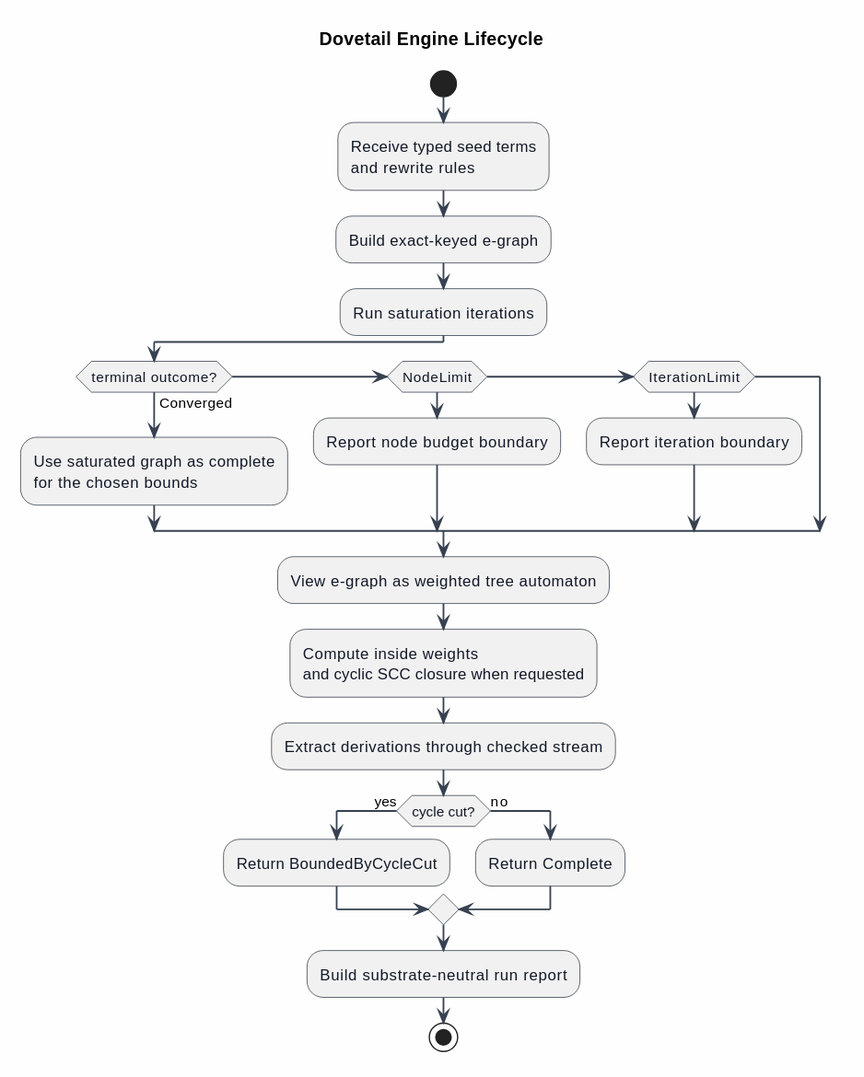
The PlantUML diagram docs/architecture/dovetail/figures/02-engine-lifecycle.svg in F1R3FLY-io/mettail-rust, before a commit.
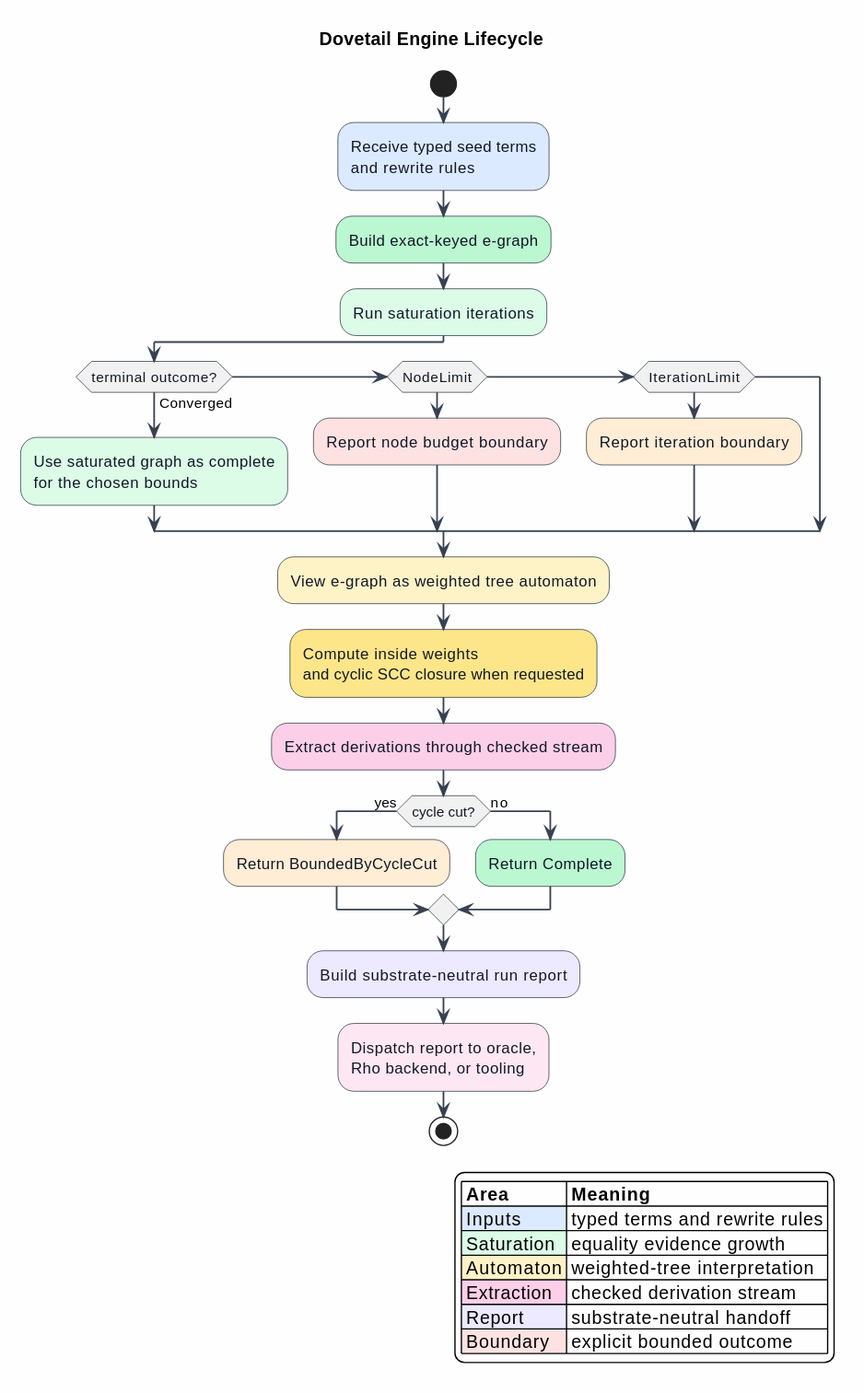
After the change.

Diff of the diagram source:
```diff
@@ -11,24 +11,35 @@
 }
 
 start
-:Receive typed seed terms\nand rewrite rules;
-:Build exact-keyed e-graph;
-:Run saturation iterations;
+:Receive typed seed terms\nand rewrite rules; <<#DBEAFE>>
+:Build exact-keyed e-graph; <<#BBF7D0>>
+:Run saturation iterations; <<#DCFCE7>>
 if (terminal outcome?) then (Converged)
-  :Use saturated graph as complete\nfor the chosen bounds;
+  :Use saturated graph as complete\nfor the chosen bounds; <<#DCFCE7>>
 elseif (NodeLimit)
-  :Report node budget boundary;
+  :Report node budget boundary; <<#FEE2E2>>
 elseif (IterationLimit)
-  :Report iteration boundary;
+  :Report iteration boundary; <<#FFEDD5>>
 endif
-:View e-graph as weighted tree automaton;
-:Compute inside weights\nand cyclic SCC closure when requested;
-:Extract derivations through checked stream;
+:View e-graph as weighted tree automaton; <<#FEF3C7>>
+:Compute inside weights\nand cyclic SCC closure when requested; <<#FDE68A>>
+:Extract derivations through checked stream; <<#FBCFE8>>
 if (cycle cut?) then (yes)
-  :Return BoundedByCycleCut;
+  :Return BoundedByCycleCut; <<#FFEDD5>>
 else (no)
-  :Return Complete;
+  :Return Complete; <<#BBF7D0>>
 endif
-:Build substrate-neutral run report;
+:Build substrate-neutral run report; <<#EDE9FE>>
+:Dispatch report to oracle,\nRho backend, or tooling; <<#FCE7F3>>
 stop
+
+legend right
+|= Area |= Meaning |
+|<#DBEAFE> Inputs | typed terms and rewrite rules |
+|<#DCFCE7> Saturation | equality evidence growth |
+|<#FEF3C7> Automaton | weighted-tree interpretation |
+|<#FBCFE8> Extraction | checked derivation stream |
+|<#EDE9FE> Report | substrate-neutral handoff |
+|<#FEE2E2> Boundary | explicit bounded outcome |
+endlegend
 @enduml
```
